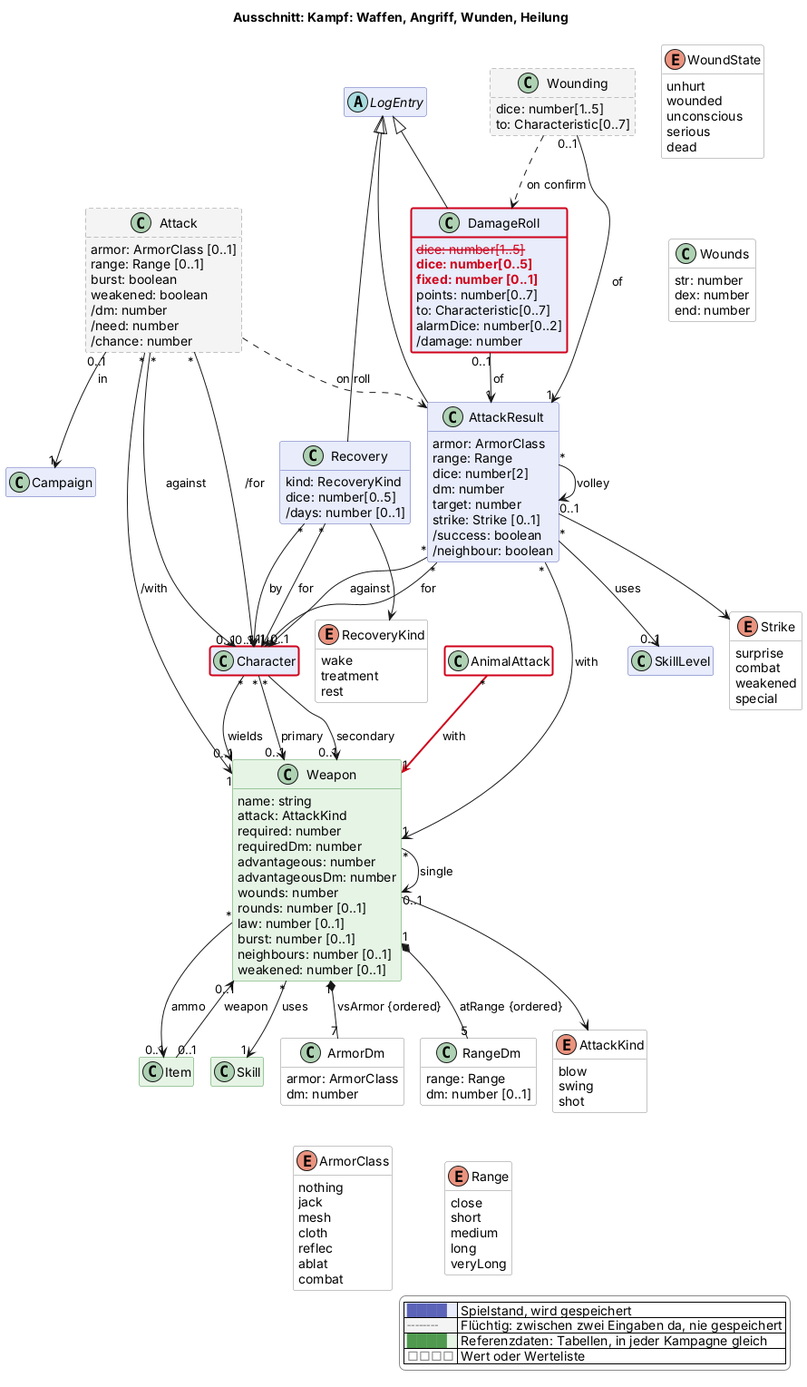
The PlantUML diagram docs/views/kampf.png in scuzzar/SRE, before a commit.
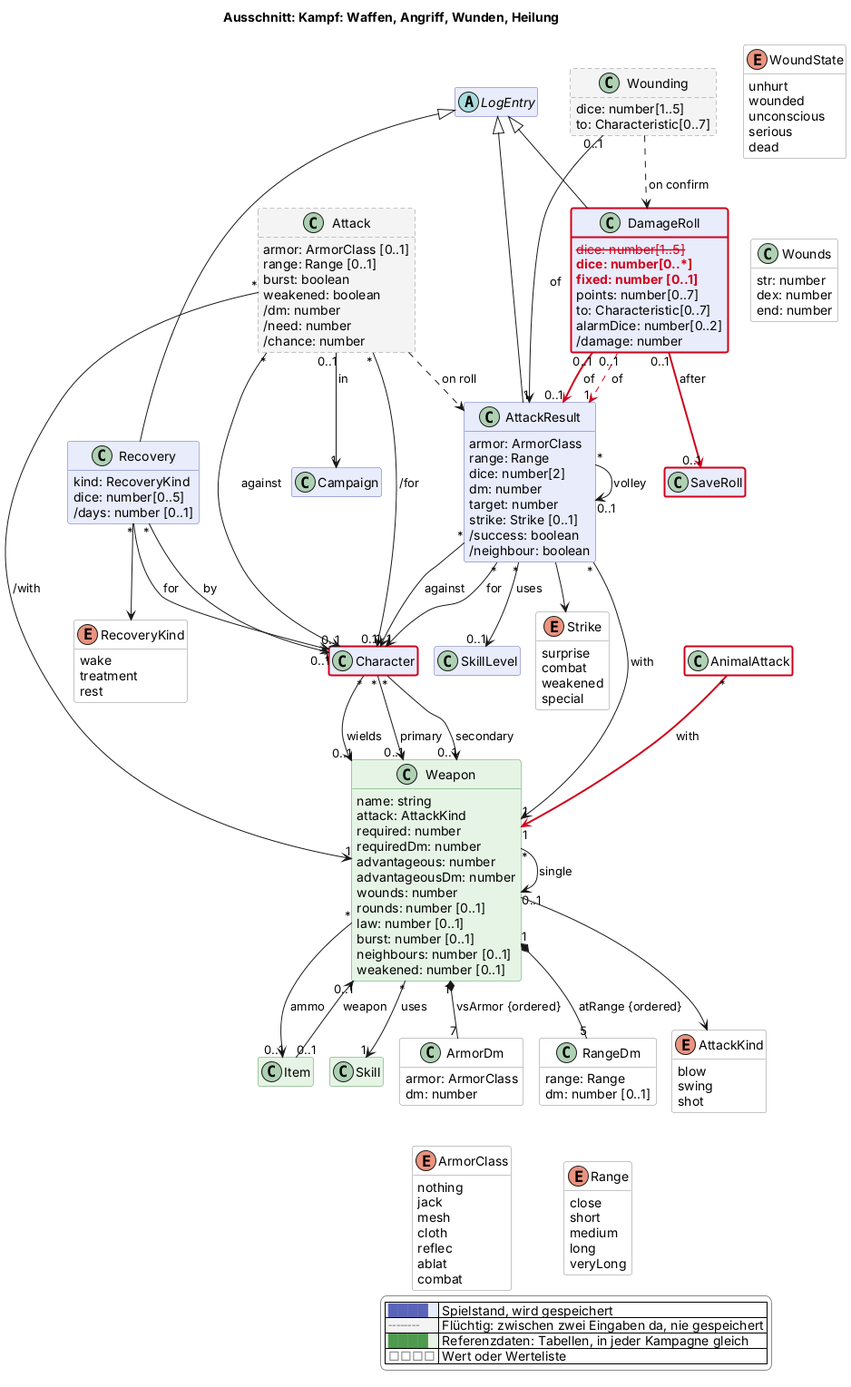
After the change.

Change to the diagram source:
```diff
@@ -73,6 +73,7 @@
 
 
   abstract class LogEntry $probe
+  class SaveRoll $begegnung $newClass("2026-11-12c")
 
   class Attack <<transient>> $kampf {
     armor: ArmorClass [0..1]
@@ -111,7 +112,7 @@
   }
   class DamageRoll $kampf {
     $gone("2026-11-12c", "dice: number[1..5]")
-    $new("2026-11-12c", "dice: number[0..5]")
+    $new("2026-11-12c", "dice: number[0..*]")
     $new("2026-11-12c", "fixed: number [0..1]")
     points: number[0..7]
     to: Characteristic[0..7]
@@ -219,10 +220,12 @@
 AttackResult "*" --> "0..1" SkillLevel : uses
 AttackResult "*" --> "0..1" AttackResult : volley
 AttackResult --> Strike
-DamageRoll "0..1" --> "1" AttackResult : of
+DamageRoll "0..1" -$goneArrow("2026-11-12c")-> "1" AttackResult : of
+DamageRoll "0..1" -$newArrow("2026-11-12c")-> "0..1" AttackResult : of
 Wounding "0..1" --> "1" AttackResult : of
 Wounding ..> DamageRoll : on confirm
 
+DamageRoll "0..1" -$newArrow("2026-11-12c")-> "0..1" SaveRoll : after
 AnimalAttack "*" -$newArrow("2026-11-12c")-> "1" Weapon : with
 WoundState -[hidden]- Wounds
 
```
